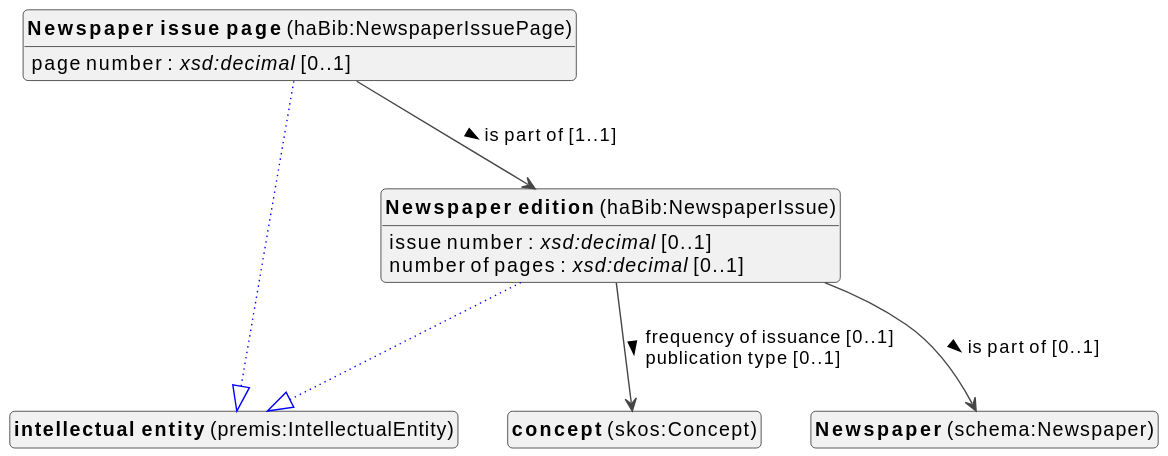
Earlier version of the PlantUML export docs/metadata/knowledge-graph/0.0.1/bibliographic/en/bibliographic-diagram.svg (viaacode/documentation-jekyll). The source it was exported from:
```plantuml
@startuml
!theme vibrant
skinparam classFontSize 14
!define LIGHTORANGE
skinparam componentStyle uml2
skinparam wrapMessageWidth 1000
skinparam wrapWidth 1000
skinparam shadowing false
skinparam ArrowMessageAlignment left
top to bottom direction


class "<b>Newspaper</b> (schema:Newspaper)" as schema_Newspaper [[#schema%3ANewspaper]]
class "<b>Newspaper edition</b> (haBib:NewspaperIssue)" as haBib_NewspaperIssue [[#haBib%3ANewspaperIssue]]
class "<b>intellectual entity</b> (premis:IntellectualEntity)" as premis_IntellectualEntity [[#premis%3AIntellectualEntity]]
class "<b>Newspaper issue page</b> (haBib:NewspaperIssuePage)" as haBib_NewspaperIssuePage [[#haBib%3ANewspaperIssuePage]]
class "<b>intellectual entity</b> (premis:IntellectualEntity)" as premis_IntellectualEntity [[#premis%3AIntellectualEntity]]
class "<b>concept</b> (skos:Concept)" as skos_Concept [[../../terms/en#skos%3AConcept]]



haBib_NewspaperIssue --|> premis_IntellectualEntity #blue;line.dotted;text:blue

haBib_NewspaperIssue : issue number : <i>xsd:decimal</i> [0..1]
haBib_NewspaperIssue : number of pages : <i>xsd:decimal</i> [0..1]
haBib_NewspaperIssue --> schema_Newspaper :is part of [0..1]  >
haBib_NewspaperIssue --> skos_Concept :frequency of issuance [0..1]  \lpublication type [0..1]  >


haBib_NewspaperIssuePage --|> premis_IntellectualEntity #blue;line.dotted;text:blue

haBib_NewspaperIssuePage : page number : <i>xsd:decimal</i> [0..1]
haBib_NewspaperIssuePage --> haBib_NewspaperIssue :is part of [1..1]  >





hide circle
hide methods
hide empty members
@enduml
```
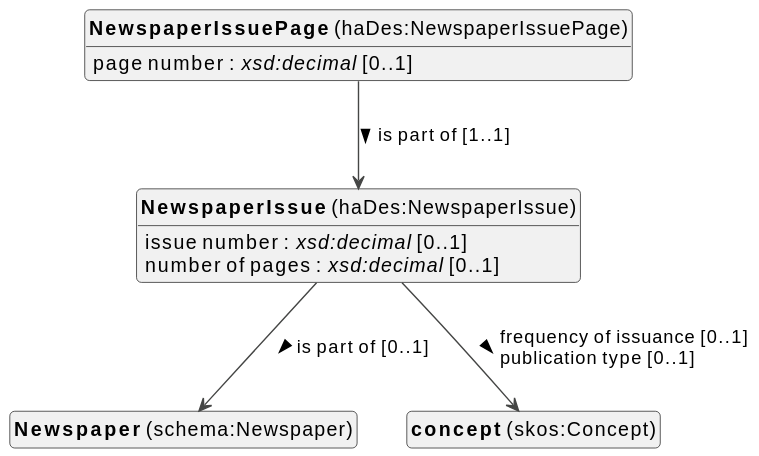
Later version of the same file.

What changed in the source:
```diff
@@ -10,27 +10,23 @@
 top to bottom direction
 
 
+class "<b>NewspaperIssue</b> (haDes:NewspaperIssue)" as haDes_NewspaperIssue [[#haDes%3ANewspaperIssue]]
+class "<b>NewspaperIssuePage</b> (haDes:NewspaperIssuePage)" as haDes_NewspaperIssuePage [[#haDes%3ANewspaperIssuePage]]
 class "<b>Newspaper</b> (schema:Newspaper)" as schema_Newspaper [[#schema%3ANewspaper]]
-class "<b>Newspaper edition</b> (haBib:NewspaperIssue)" as haBib_NewspaperIssue [[#haBib%3ANewspaperIssue]]
-class "<b>intellectual entity</b> (premis:IntellectualEntity)" as premis_IntellectualEntity [[#premis%3AIntellectualEntity]]
-class "<b>Newspaper issue page</b> (haBib:NewspaperIssuePage)" as haBib_NewspaperIssuePage [[#haBib%3ANewspaperIssuePage]]
-class "<b>intellectual entity</b> (premis:IntellectualEntity)" as premis_IntellectualEntity [[#premis%3AIntellectualEntity]]
 class "<b>concept</b> (skos:Concept)" as skos_Concept [[../../terms/en#skos%3AConcept]]
 
 
-
-haBib_NewspaperIssue --|> premis_IntellectualEntity #blue;line.dotted;text:blue
-
-haBib_NewspaperIssue : issue number : <i>xsd:decimal</i> [0..1]
-haBib_NewspaperIssue : number of pages : <i>xsd:decimal</i> [0..1]
-haBib_NewspaperIssue --> schema_Newspaper :is part of [0..1]  >
-haBib_NewspaperIssue --> skos_Concept :frequency of issuance [0..1]  \lpublication type [0..1]  >
+haDes_NewspaperIssue : issue number : <i>xsd:decimal</i> [0..1]
+haDes_NewspaperIssue : number of pages : <i>xsd:decimal</i> [0..1]
+haDes_NewspaperIssue --> schema_Newspaper :is part of [0..1]  >
+haDes_NewspaperIssue --> skos_Concept :frequency of issuance [0..1]  \lpublication type [0..1]  >
 
 
-haBib_NewspaperIssuePage --|> premis_IntellectualEntity #blue;line.dotted;text:blue
 
-haBib_NewspaperIssuePage : page number : <i>xsd:decimal</i> [0..1]
-haBib_NewspaperIssuePage --> haBib_NewspaperIssue :is part of [1..1]  >
+haDes_NewspaperIssuePage : page number : <i>xsd:decimal</i> [0..1]
+haDes_NewspaperIssuePage --> haDes_NewspaperIssue :is part of [1..1]  >
+
+
 
 
 
```
